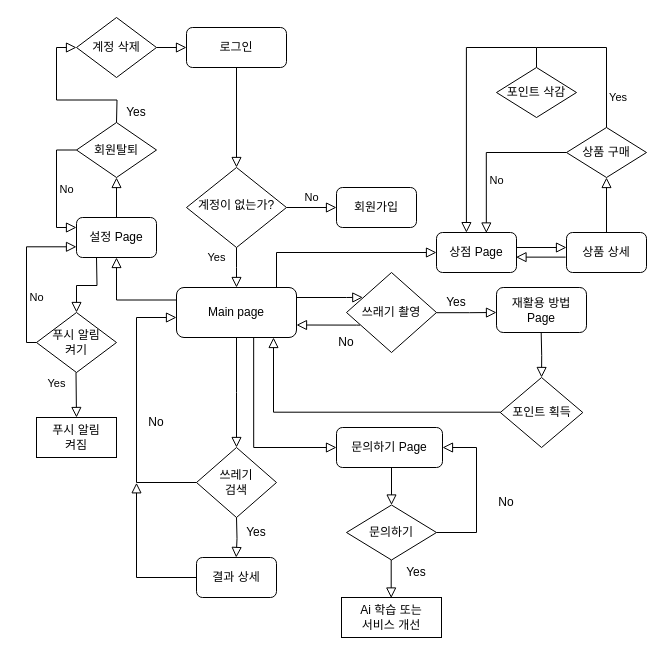
The draw.io diagram Miso-V3-draw.drawio in TeamMiso/Miso_draw, before the edit. Source tidied: cells renumbered, new cells numbered last; positions are measured from the earlier drawing's top-left corner, leaving out a move shared by most shapes. Both pictures are drawn from the tidied source at 100%, with x=0, y=0 at pixel (26, 17).
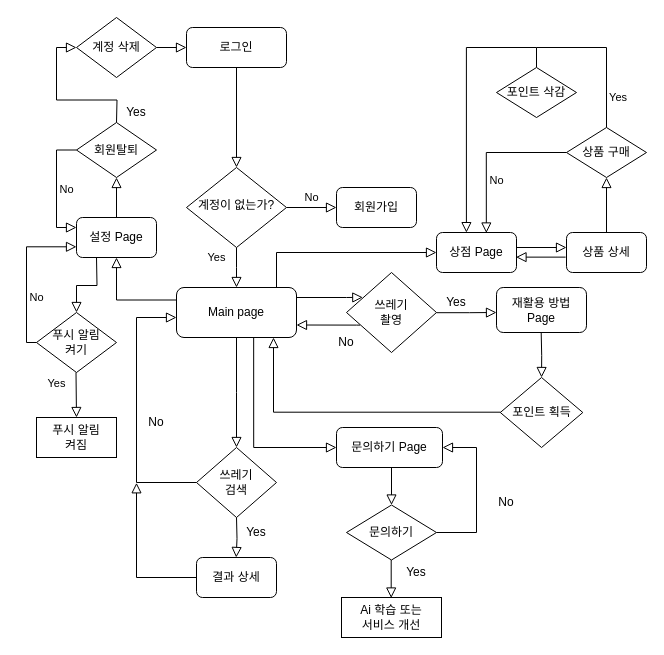
After the change.

The edit, as a diff of the source:
```diff
@@
-    <mxCell id="11" value="쓰래기 촬영" style="rhombus;whiteSpace=wrap;html=1;" parent="1" vertex="1">
+    <mxCell id="11" value="쓰레기&lt;br&gt;촬영" style="rhombus;whiteSpace=wrap;html=1;" parent="1" vertex="1">
       <mxGeometry x="320" y="255" width="90" height="80" as="geometry" />
     </mxCell>
```
